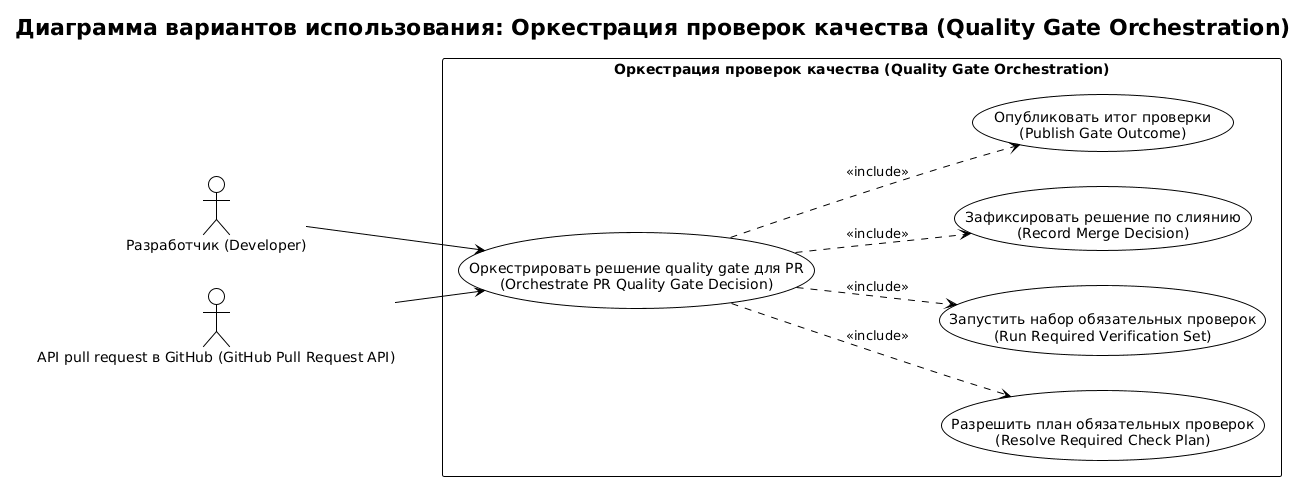
The PlantUML diagram docs/requirements/сценарии/quality-gate-orchestration/diagrams/quality-gate-orchestration-overview.png in Druk83/RRDCS, before a commit.
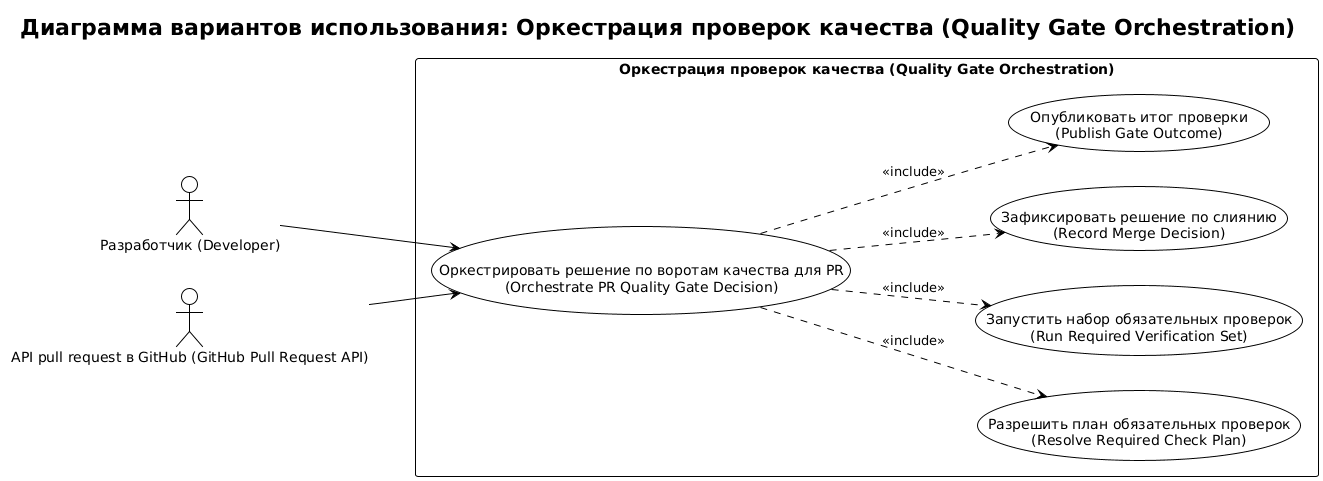
Later version of the same file.

What changed in the source:
```diff
@@ -8,7 +8,7 @@
 actor "API pull request в GitHub (GitHub Pull Request API)" as GH
 
 rectangle "Оркестрация проверок качества (Quality Gate Orchestration)" {
-  usecase "Оркестрировать решение quality gate для PR\n(Orchestrate PR Quality Gate Decision)" as UC1
+  usecase "Оркестрировать решение по воротам качества для PR\n(Orchestrate PR Quality Gate Decision)" as UC1
   usecase "Разрешить план обязательных проверок\n(Resolve Required Check Plan)" as UC2
   usecase "Запустить набор обязательных проверок\n(Run Required Verification Set)" as UC3
   usecase "Зафиксировать решение по слиянию\n(Record Merge Decision)" as UC4
```
